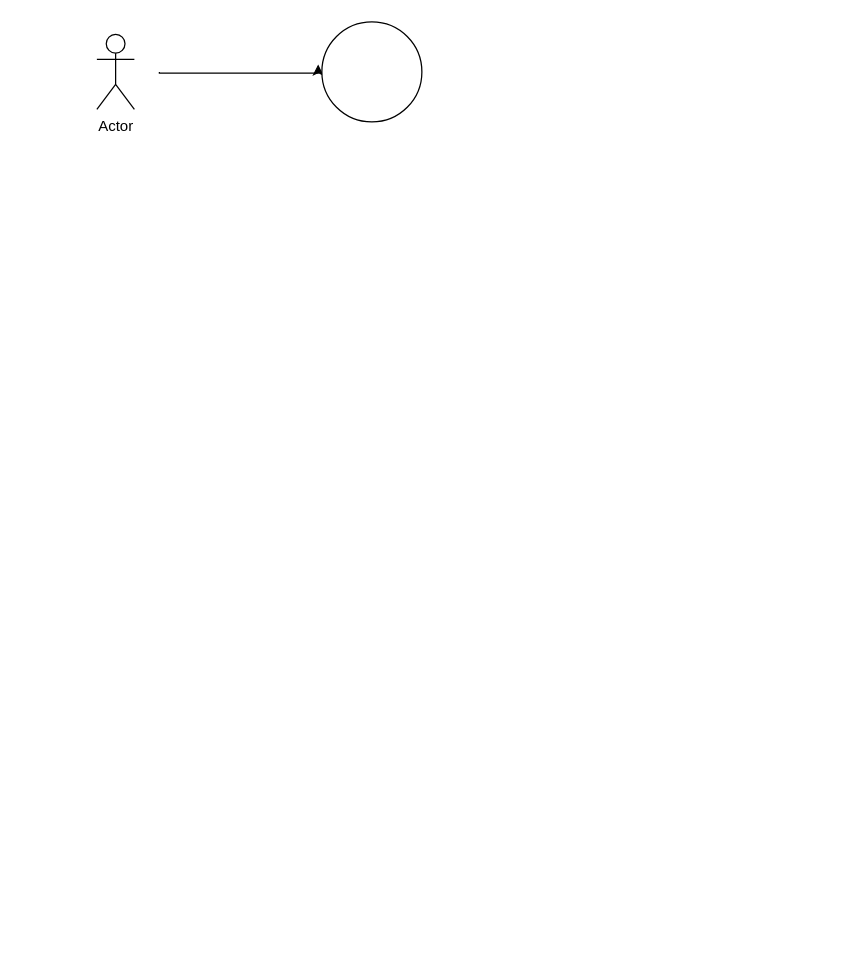
This is diagrama uml 2.drawio from Jhonneg/FluxogramaRepo, a draw.io file, before an edit. Source tidied: cells renumbered, new cells numbered last; positions are measured from the earlier drawing's top-left corner, leaving out a move shared by most shapes. Both pictures are drawn from the tidied source at 125%, with x=0, y=0 at pixel (96, 21).
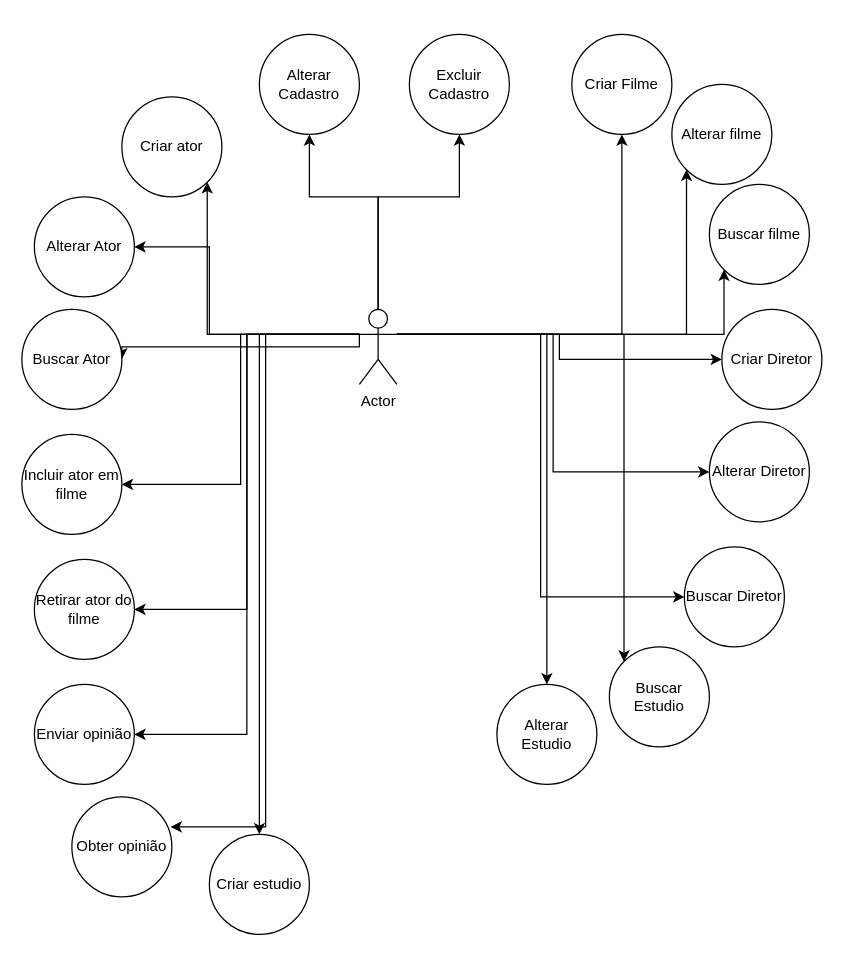
The same diagram, later.

Change to the diagram source:
```diff
@@
-    <mxCell id="2" style="edgeStyle=orthogonalEdgeStyle;rounded=0;jettySize=auto;html=1;entryX=-0.037;entryY=0.425;entryDx=0;entryDy=0;entryPerimeter=0;" parent="1" edge="1" target="4">
-      <mxGeometry relative="1" as="geometry">
-        <mxPoint x="50" y="40" as="sourcePoint" />
-        <Array as="points">
-          <mxPoint x="50" y="41" />
-          <mxPoint x="177" y="41" />
-        </Array>
-      </mxGeometry>
-    </mxCell>
+    <mxCell id="5" style="edgeStyle=orthogonalEdgeStyle;rounded=0;jettySize=auto;html=1;entryX=0.5;entryY=1;entryDx=0;entryDy=0;" parent="1" edge="1" source="3" target="22">
+      <mxGeometry relative="1" as="geometry">
+        <Array as="points">
+          <mxPoint x="225" y="140" />
+          <mxPoint x="290" y="140" />
+        </Array>
+      </mxGeometry>
+    </mxCell>
+    <mxCell id="6" style="edgeStyle=orthogonalEdgeStyle;rounded=0;jettySize=auto;html=1;entryX=0.5;entryY=1;entryDx=0;entryDy=0;" parent="1" edge="1" source="3" target="23">
+      <mxGeometry relative="1" as="geometry">
+        <Array as="points">
+          <mxPoint x="225" y="140" />
+          <mxPoint x="170" y="140" />
+        </Array>
+      </mxGeometry>
+    </mxCell>
+    <mxCell id="7" style="edgeStyle=orthogonalEdgeStyle;rounded=0;jettySize=auto;html=1;exitX=1;exitY=0.3333333333333333;exitDx=0;exitDy=0;exitPerimeter=0;entryX=0;entryY=0.5;entryDx=0;entryDy=0;" parent="1" edge="1" source="3" target="26">
+      <mxGeometry relative="1" as="geometry" />
+    </mxCell>
+    <mxCell id="8" style="edgeStyle=orthogonalEdgeStyle;rounded=0;jettySize=auto;html=1;exitX=1;exitY=0.3333333333333333;exitDx=0;exitDy=0;exitPerimeter=0;entryX=0.5;entryY=1;entryDx=0;entryDy=0;" parent="1" edge="1" source="3" target="24">
+      <mxGeometry relative="1" as="geometry" />
+    </mxCell>
+    <mxCell id="9" style="edgeStyle=orthogonalEdgeStyle;rounded=0;jettySize=auto;html=1;exitX=1;exitY=0.3333333333333333;exitDx=0;exitDy=0;exitPerimeter=0;entryX=0;entryY=1;entryDx=0;entryDy=0;" parent="1" edge="1" source="3" target="25">
+      <mxGeometry relative="1" as="geometry" />
+    </mxCell>
+    <mxCell id="10" style="edgeStyle=orthogonalEdgeStyle;rounded=0;jettySize=auto;html=1;exitX=1;exitY=0.3333333333333333;exitDx=0;exitDy=0;exitPerimeter=0;entryX=0;entryY=1;entryDx=0;entryDy=0;" parent="1" edge="1" source="3" target="4">
+      <mxGeometry relative="1" as="geometry" />
+    </mxCell>
+    <mxCell id="11" style="edgeStyle=orthogonalEdgeStyle;rounded=0;jettySize=auto;html=1;exitX=1;exitY=0.3333333333333333;exitDx=0;exitDy=0;exitPerimeter=0;entryX=0;entryY=0.5;entryDx=0;entryDy=0;" parent="1" edge="1" source="3" target="27">
+      <mxGeometry relative="1" as="geometry" />
+    </mxCell>
+    <mxCell id="12" style="edgeStyle=orthogonalEdgeStyle;rounded=0;jettySize=auto;html=1;exitX=1;exitY=0.3333333333333333;exitDx=0;exitDy=0;exitPerimeter=0;entryX=0;entryY=0.5;entryDx=0;entryDy=0;" parent="1" edge="1" source="3" target="28">
+      <mxGeometry relative="1" as="geometry" />
+    </mxCell>
+    <mxCell id="13" style="edgeStyle=orthogonalEdgeStyle;rounded=0;jettySize=auto;html=1;exitX=1;exitY=0.3333333333333333;exitDx=0;exitDy=0;exitPerimeter=0;entryX=0;entryY=0;entryDx=0;entryDy=0;" parent="1" edge="1" source="3" target="29">
+      <mxGeometry relative="1" as="geometry" />
+    </mxCell>
+    <mxCell id="14" style="edgeStyle=orthogonalEdgeStyle;rounded=0;jettySize=auto;html=1;exitX=1;exitY=0.3333333333333333;exitDx=0;exitDy=0;exitPerimeter=0;" parent="1" edge="1" source="3" target="30">
+      <mxGeometry relative="1" as="geometry" />
+    </mxCell>
+    <mxCell id="15" style="edgeStyle=orthogonalEdgeStyle;rounded=0;jettySize=auto;html=1;exitX=0;exitY=0.3333333333333333;exitDx=0;exitDy=0;exitPerimeter=0;entryX=1;entryY=1;entryDx=0;entryDy=0;" parent="1" edge="1" source="3" target="31">
+      <mxGeometry relative="1" as="geometry" />
+    </mxCell>
+    <mxCell id="16" style="edgeStyle=orthogonalEdgeStyle;rounded=0;jettySize=auto;html=1;exitX=0;exitY=0.3333333333333333;exitDx=0;exitDy=0;exitPerimeter=0;entryX=1;entryY=0.5;entryDx=0;entryDy=0;" parent="1" edge="1" source="3" target="35">
+      <mxGeometry relative="1" as="geometry">
+        <Array as="points">
+          <mxPoint x="90" y="250" />
+          <mxPoint x="90" y="180" />
+        </Array>
+      </mxGeometry>
+    </mxCell>
+    <mxCell id="17" style="edgeStyle=orthogonalEdgeStyle;rounded=0;jettySize=auto;html=1;exitX=0;exitY=0.3333333333333333;exitDx=0;exitDy=0;exitPerimeter=0;entryX=1;entryY=0.5;entryDx=0;entryDy=0;" parent="1" edge="1" source="3" target="34">
+      <mxGeometry relative="1" as="geometry">
+        <Array as="points">
+          <mxPoint x="210" y="260" />
+          <mxPoint x="20" y="260" />
+        </Array>
+      </mxGeometry>
+    </mxCell>
+    <mxCell id="18" style="edgeStyle=orthogonalEdgeStyle;rounded=0;jettySize=auto;html=1;exitX=0;exitY=0.3333333333333333;exitDx=0;exitDy=0;exitPerimeter=0;entryX=1;entryY=0.5;entryDx=0;entryDy=0;" parent="1" edge="1" source="3" target="33">
+      <mxGeometry relative="1" as="geometry" />
+    </mxCell>
+    <mxCell id="19" style="edgeStyle=orthogonalEdgeStyle;rounded=0;jettySize=auto;html=1;exitX=0;exitY=0.3333333333333333;exitDx=0;exitDy=0;exitPerimeter=0;entryX=1;entryY=0.5;entryDx=0;entryDy=0;" parent="1" edge="1" source="3" target="32">
+      <mxGeometry relative="1" as="geometry" />
+    </mxCell>
+    <mxCell id="20" style="edgeStyle=orthogonalEdgeStyle;rounded=0;jettySize=auto;html=1;exitX=0;exitY=0.3333333333333333;exitDx=0;exitDy=0;exitPerimeter=0;entryX=1;entryY=0.5;entryDx=0;entryDy=0;" parent="1" edge="1" source="3" target="36">
+      <mxGeometry relative="1" as="geometry" />
+    </mxCell>
+    <mxCell id="21" style="edgeStyle=orthogonalEdgeStyle;rounded=0;jettySize=auto;html=1;exitX=0;exitY=0.3333333333333333;exitDx=0;exitDy=0;exitPerimeter=0;entryX=0.5;entryY=0;entryDx=0;entryDy=0;" parent="1" edge="1" source="3" target="38">
+      <mxGeometry relative="1" as="geometry" />
+    </mxCell>
     <mxCell id="3" value="Actor" style="shape=umlActor;verticalLabelPosition=bottom;verticalAlign=top;html=1;" parent="1" vertex="1">
-      <mxGeometry y="10" width="30" height="60" as="geometry" />
+      <mxGeometry x="210" y="230" width="30" height="60" as="geometry" />
     </mxCell>
-    <mxCell id="4" style="ellipse;whiteSpace=wrap;html=1;" parent="1" vertex="1">
-      <mxGeometry x="180" width="80" height="80" as="geometry" />
+    <mxCell id="4" value="Buscar filme" style="ellipse;whiteSpace=wrap;html=1;" parent="1" vertex="1">
+      <mxGeometry x="490" y="130" width="80" height="80" as="geometry" />
     </mxCell>
+    <mxCell id="22" value="Excluir Cadastro" style="ellipse;whiteSpace=wrap;html=1;" parent="1" vertex="1">
+      <mxGeometry x="250" y="10" width="80" height="80" as="geometry" />
+    </mxCell>
+    <mxCell id="23" value="Alterar Cadastro" style="ellipse;whiteSpace=wrap;html=1;" parent="1" vertex="1">
+      <mxGeometry x="130" y="10" width="80" height="80" as="geometry" />
+    </mxCell>
+    <mxCell id="24" value="Criar Filme" style="ellipse;whiteSpace=wrap;html=1;" parent="1" vertex="1">
+      <mxGeometry x="380" y="10" width="80" height="80" as="geometry" />
+    </mxCell>
+    <mxCell id="25" value="Alterar filme" style="ellipse;whiteSpace=wrap;html=1;" parent="1" vertex="1">
+      <mxGeometry x="460" y="50" width="80" height="80" as="geometry" />
+    </mxCell>
+    <mxCell id="26" value="Criar Diretor" style="ellipse;whiteSpace=wrap;html=1;" parent="1" vertex="1">
+      <mxGeometry x="500" y="230" width="80" height="80" as="geometry" />
+    </mxCell>
+    <mxCell id="27" value="Alterar Diretor" style="ellipse;whiteSpace=wrap;html=1;" parent="1" vertex="1">
+      <mxGeometry x="490" y="320" width="80" height="80" as="geometry" />
+    </mxCell>
+    <mxCell id="28" value="Buscar Diretor" style="ellipse;whiteSpace=wrap;html=1;" parent="1" vertex="1">
+      <mxGeometry x="470" y="420" width="80" height="80" as="geometry" />
+    </mxCell>
+    <mxCell id="29" value="Buscar Estudio" style="ellipse;whiteSpace=wrap;html=1;" parent="1" vertex="1">
+      <mxGeometry x="410" y="500" width="80" height="80" as="geometry" />
+    </mxCell>
+    <mxCell id="30" value="Alterar Estudio" style="ellipse;whiteSpace=wrap;html=1;" parent="1" vertex="1">
+      <mxGeometry x="320" y="530" width="80" height="80" as="geometry" />
+    </mxCell>
+    <mxCell id="31" value="Criar ator" style="ellipse;whiteSpace=wrap;html=1;" parent="1" vertex="1">
+      <mxGeometry x="20" y="60" width="80" height="80" as="geometry" />
+    </mxCell>
+    <mxCell id="32" value="Retirar ator do filme" style="ellipse;whiteSpace=wrap;html=1;" parent="1" vertex="1">
+      <mxGeometry x="-50" y="430" width="80" height="80" as="geometry" />
+    </mxCell>
+    <mxCell id="33" value="Incluir ator em filme" style="ellipse;whiteSpace=wrap;html=1;" parent="1" vertex="1">
+      <mxGeometry x="-60" y="330" width="80" height="80" as="geometry" />
+    </mxCell>
+    <mxCell id="34" value="Buscar Ator" style="ellipse;whiteSpace=wrap;html=1;" parent="1" vertex="1">
+      <mxGeometry x="-60" y="230" width="80" height="80" as="geometry" />
+    </mxCell>
+    <mxCell id="35" value="Alterar Ator" style="ellipse;whiteSpace=wrap;html=1;" parent="1" vertex="1">
+      <mxGeometry x="-50" y="140" width="80" height="80" as="geometry" />
+    </mxCell>
+    <mxCell id="36" value="Enviar opinião" style="ellipse;whiteSpace=wrap;html=1;" parent="1" vertex="1">
+      <mxGeometry x="-50" y="530" width="80" height="80" as="geometry" />
+    </mxCell>
+    <mxCell id="37" value="Obter opinião" style="ellipse;whiteSpace=wrap;html=1;" parent="1" vertex="1">
+      <mxGeometry x="-20" y="620" width="80" height="80" as="geometry" />
+    </mxCell>
+    <mxCell id="38" value="Criar estudio" style="ellipse;whiteSpace=wrap;html=1;" parent="1" vertex="1">
+      <mxGeometry x="90" y="650" width="80" height="80" as="geometry" />
+    </mxCell>
+    <mxCell id="39" style="edgeStyle=orthogonalEdgeStyle;rounded=0;jettySize=auto;html=1;exitX=0;exitY=0.3333333333333333;exitDx=0;exitDy=0;exitPerimeter=0;entryX=0.988;entryY=0.3;entryDx=0;entryDy=0;entryPerimeter=0;" parent="1" edge="1" source="3" target="37">
+      <mxGeometry relative="1" as="geometry" />
+    </mxCell>
```
